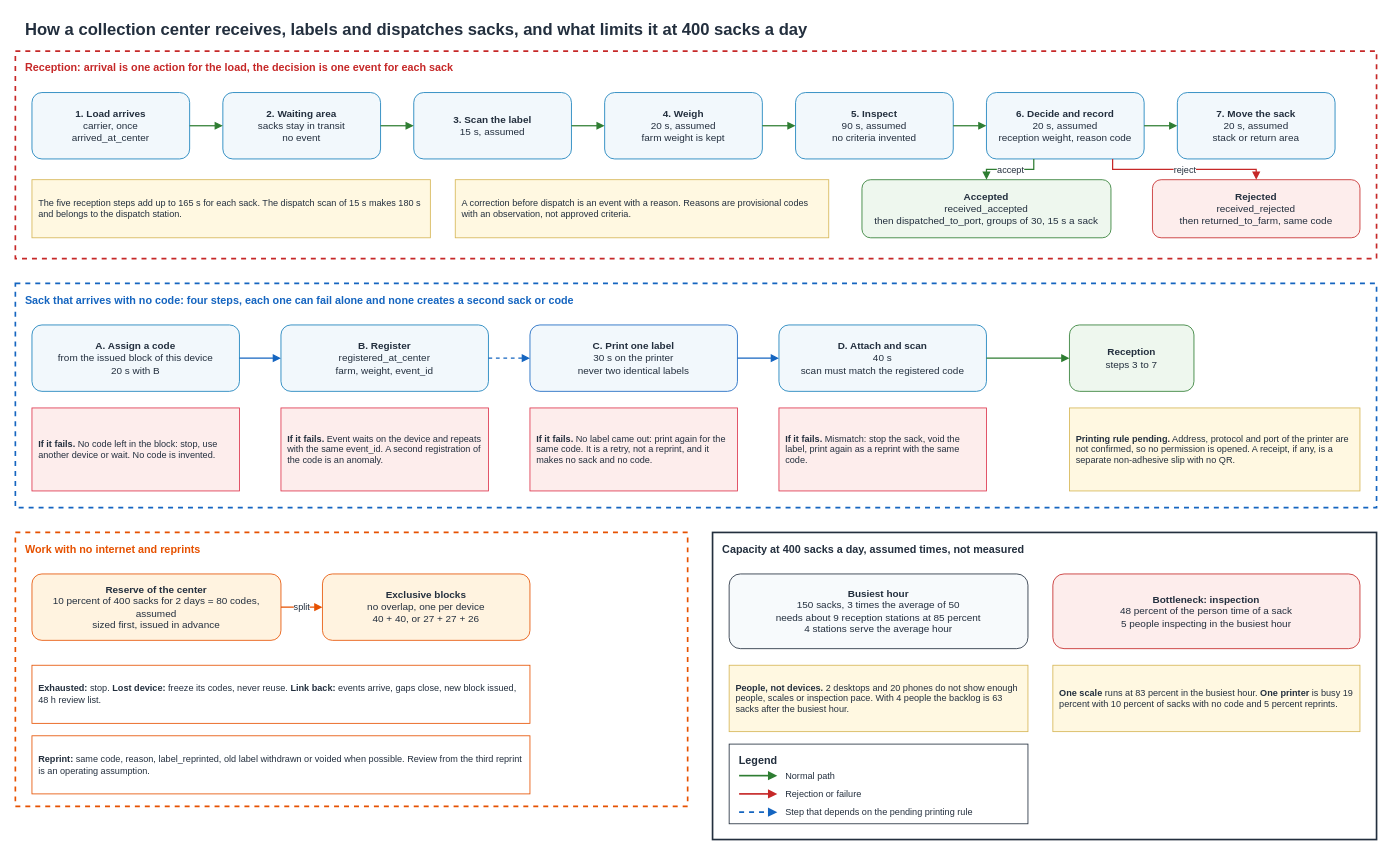
aromapacifico-devops/aromapacifico-devops-docs keeps this draw.io diagram as page "10 Center operation" (11 of 11) of docs/architecture/diagrams/platform-architecture.drawio. Above is the earlier version. Source tidied: cells renumbered, new cells numbered last; positions are measured from the earlier drawing's top-left corner, leaving out a move shared by most shapes. Both pictures are drawn from the tidied source at 83%, with x=0, y=0 at pixel (15, 14).
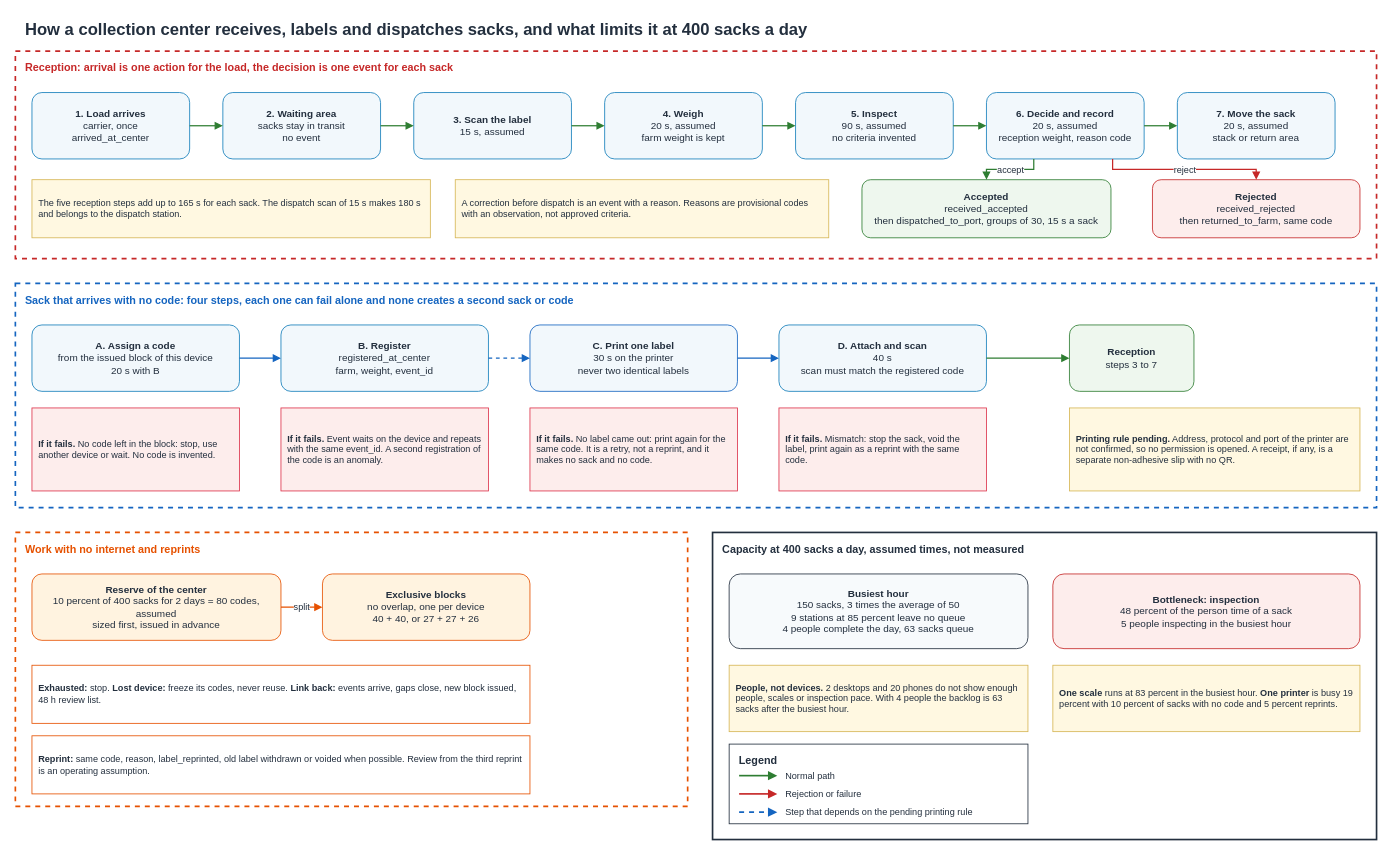
After the change.

Diff of the diagram source:
```diff
@@
-    <mxCell id="32" value="&lt;b&gt;Busiest hour&lt;/b&gt;&lt;br&gt;150 sacks, 3 times the average of 50&lt;br&gt;needs about 9 reception stations at 85 percent&lt;br&gt;4 stations serve the average hour" style="rounded=1;whiteSpace=wrap;html=1;fillColor=#F7FAFC;strokeColor=#232F3E;align=center;verticalAlign=middle;fontSize=12;fontColor=#232F3E;" parent="1" vertex="1">
+    <mxCell id="32" value="&lt;b&gt;Busiest hour&lt;/b&gt;&lt;br&gt;150 sacks, 3 times the average of 50&lt;br&gt;9 stations at 85 percent leave no queue&lt;br&gt;4 people complete the day, 63 sacks queue" style="rounded=1;whiteSpace=wrap;html=1;fillColor=#F7FAFC;strokeColor=#232F3E;align=center;verticalAlign=middle;fontSize=12;fontColor=#232F3E;" parent="1" vertex="1">
       <mxGeometry x="860" y="674" width="360" height="90" as="geometry" />
     </mxCell>
```
